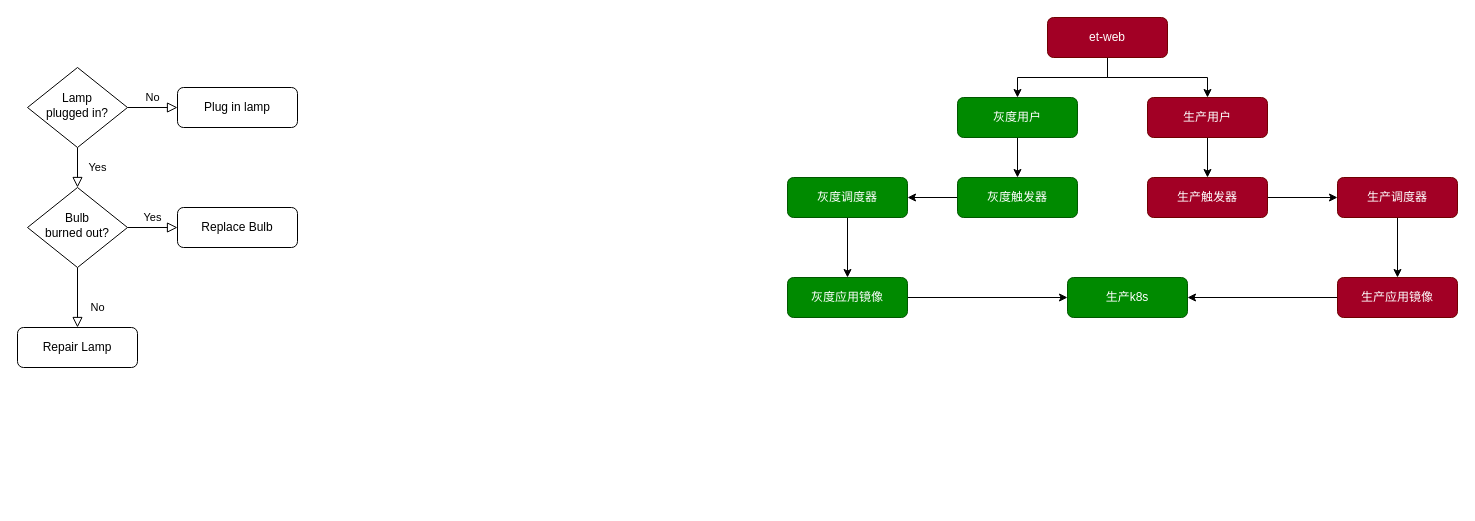
315944211/doc keeps this draw.io diagram as 未命名绘图.drawio. Above is the earlier version. Source tidied: cells renumbered, new cells numbered last; positions are measured from the earlier drawing's top-left corner, leaving out a move shared by most shapes. Both pictures are drawn from the tidied source at 100%, with x=0, y=0 at pixel (17, 17).
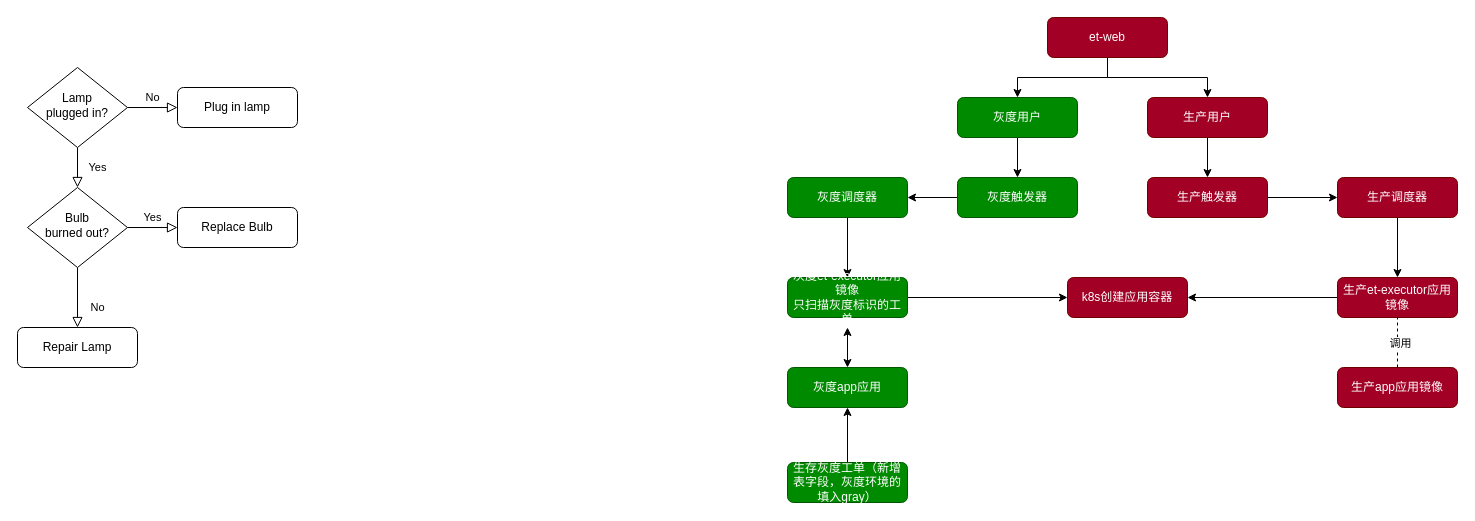
The same diagram, later.

Commit message:
更新未命名绘图.drawio

What changed in the source:
```diff
@@
-    <mxCell id="26" value="生产k8s" style="rounded=1;whiteSpace=wrap;html=1;fontSize=12;glass=0;strokeWidth=1;shadow=0;fillColor=#008a00;fontColor=#ffffff;strokeColor=#005700;" parent="1" vertex="1">
+    <mxCell id="26" value="k8s创建应用容器" style="rounded=1;whiteSpace=wrap;html=1;fontSize=12;glass=0;strokeWidth=1;shadow=0;fillColor=#a20025;fontColor=#ffffff;strokeColor=#6F0000;" parent="1" vertex="1">
       <mxGeometry x="1050" y="260" width="120" height="40" as="geometry" />
     </mxCell>
@@
-    <mxCell id="28" value="灰度应用镜像" style="rounded=1;whiteSpace=wrap;html=1;fontSize=12;glass=0;strokeWidth=1;shadow=0;fillColor=#008a00;fontColor=#ffffff;strokeColor=#005700;" parent="1" vertex="1">
+    <mxCell id="28" value="灰度et-executor应用镜像&lt;br&gt;只扫描灰度标识的工单" style="rounded=1;whiteSpace=wrap;html=1;fontSize=12;glass=0;strokeWidth=1;shadow=0;fillColor=#008a00;fontColor=#ffffff;strokeColor=#005700;" parent="1" vertex="1">
       <mxGeometry x="770" y="260" width="120" height="40" as="geometry" />
     </mxCell>
@@
-    <mxCell id="30" value="生产应用镜像" style="rounded=1;whiteSpace=wrap;html=1;fontSize=12;glass=0;strokeWidth=1;shadow=0;fillColor=#a20025;fontColor=#ffffff;strokeColor=#6F0000;" parent="1" vertex="1">
+    <mxCell id="30" value="生产et-executor应用镜像" style="rounded=1;whiteSpace=wrap;html=1;fontSize=12;glass=0;strokeWidth=1;shadow=0;fillColor=#a20025;fontColor=#ffffff;strokeColor=#6F0000;" parent="1" vertex="1">
       <mxGeometry x="1320" y="260" width="120" height="40" as="geometry" />
     </mxCell>
+    <mxCell id="31" value="灰度app应用" style="rounded=1;whiteSpace=wrap;html=1;fontSize=12;glass=0;strokeWidth=1;shadow=0;fillColor=#008a00;fontColor=#ffffff;strokeColor=#005700;" parent="1" vertex="1">
+      <mxGeometry x="770" y="350" width="120" height="40" as="geometry" />
+    </mxCell>
+    <mxCell id="32" value="生产app应用镜像" style="rounded=1;whiteSpace=wrap;html=1;fontSize=12;glass=0;strokeWidth=1;shadow=0;fillColor=#a20025;fontColor=#ffffff;strokeColor=#6F0000;" parent="1" vertex="1">
+      <mxGeometry x="1320" y="350" width="120" height="40" as="geometry" />
+    </mxCell>
+    <mxCell id="33" style="endArrow=none;dashed=1;html=1;rounded=0;exitX=0.5;exitY=0;exitDx=0;exitDy=0;entryX=0.5;entryY=1;entryDx=0;entryDy=0;" parent="1" edge="1" source="32" target="30">
+      <mxGeometry relative="1" as="geometry" />
+    </mxCell>
+    <mxCell id="34" value="调用" style="edgeLabel;html=1;align=center;verticalAlign=middle;" parent="33" vertex="1">
+      <mxGeometry y="-2" relative="1" as="geometry" />
+    </mxCell>
+    <mxCell id="35" style="edgeStyle=orthogonalEdgeStyle;rounded=0;jettySize=auto;html=1;" parent="1" edge="1" source="36" target="31">
+      <mxGeometry relative="1" as="geometry" />
+    </mxCell>
+    <mxCell id="36" value="生存灰度工单（新增表字段，灰度环境的填入gray）" style="rounded=1;whiteSpace=wrap;html=1;fontSize=12;glass=0;strokeWidth=1;shadow=0;fillColor=#008a00;fontColor=#ffffff;strokeColor=#005700;" parent="1" vertex="1">
+      <mxGeometry x="770" y="445" width="120" height="40" as="geometry" />
+    </mxCell>
+    <mxCell id="37" style="endArrow=classic;startArrow=classic;html=1;rounded=0;exitX=0.5;exitY=0;exitDx=0;exitDy=0;" parent="1" edge="1" source="31">
+      <mxGeometry relative="1" as="geometry">
+        <mxPoint x="830" y="310" as="targetPoint" />
+      </mxGeometry>
+    </mxCell>
```
